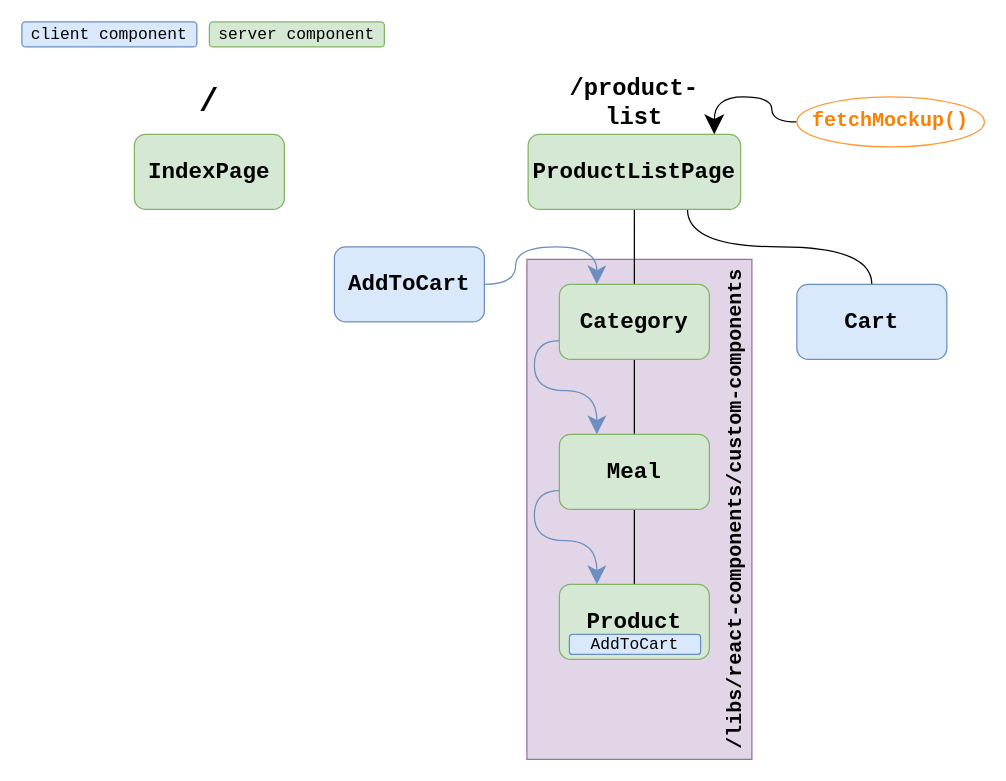
NicoToff/mira-eat keeps this draw.io diagram as diagrams/meat-component-tree.drawio. Above is the earlier version. Source tidied: cells renumbered, new cells numbered last; positions are measured from the earlier drawing's top-left corner, leaving out a move shared by most shapes. Both pictures are drawn from the tidied source at 125%, with x=0, y=0 at pixel (21, 21).
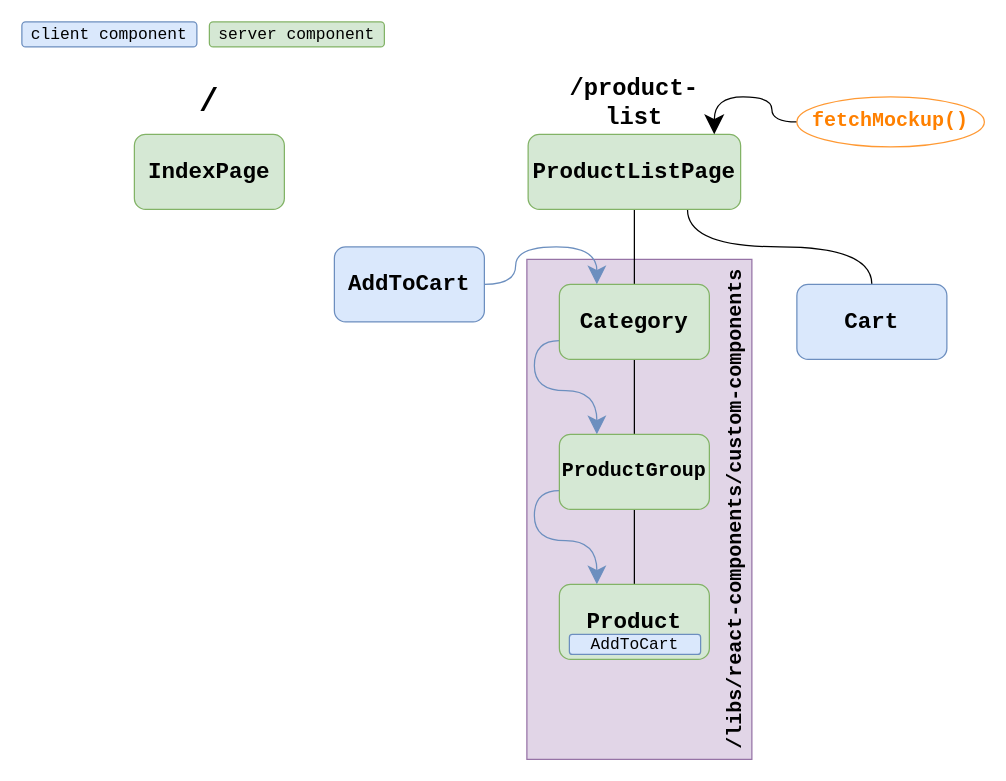
The same page after the edit.

Commit message:
Changed Meal to ProductGroup

Change to the diagram source:
```diff
@@
-    <mxCell id="16" value="Meal" style="rounded=1;whiteSpace=wrap;html=1;fontFamily=Courier New;fontSize=18;fontStyle=1;fillColor=#d5e8d4;strokeColor=#82b366;" parent="1" vertex="1">
+    <mxCell id="16" value="ProductGroup" style="rounded=1;whiteSpace=wrap;html=1;fontFamily=Courier New;fontSize=16;fontStyle=1;fillColor=#d5e8d4;strokeColor=#82b366;" parent="1" vertex="1">
       <mxGeometry x="430" y="330" width="120" height="60" as="geometry" />
     </mxCell>
```
